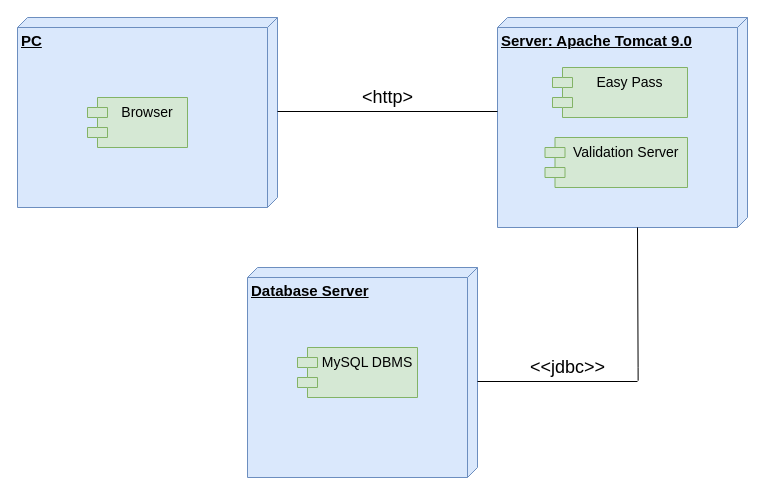
Alberto-00/EasyPass keeps this draw.io diagram as Documentazione/Resources/Deployment Diagram/Deployment Diagram.drawio. Above is the earlier version. Source tidied: cells renumbered, new cells numbered last; positions are measured from the earlier drawing's top-left corner, leaving out a move shared by most shapes. Both pictures are drawn from the tidied source at 100%, with x=0, y=0 at pixel (17, 17).
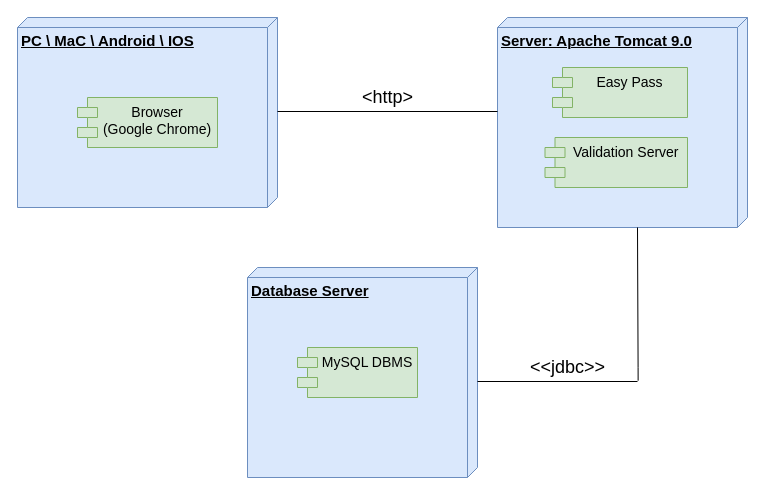
The same page after the edit.

Diff of the diagram source:
```diff
@@
 <mxGraphModel>
   <root>
     <mxCell id="0" />
     <mxCell id="1" parent="0" />
     <mxCell id="2" value="&lt;font style=&quot;font-size: 15px&quot;&gt;&lt;b&gt;Database Server&lt;/b&gt;&lt;/font&gt;" style="verticalAlign=top;align=left;spacingTop=8;spacingLeft=2;spacingRight=12;shape=cube;size=10;direction=south;fontStyle=4;html=1;fillColor=#dae8fc;strokeColor=#6c8ebf;" parent="1" vertex="1">
       <mxGeometry x="230" y="250" width="230" height="210" as="geometry" />
     </mxCell>
     <mxCell id="3" value="&lt;font style=&quot;font-size: 15px&quot;&gt;&lt;b&gt;Server: Apache Tomcat 9.0&lt;/b&gt;&lt;/font&gt;" style="verticalAlign=top;align=left;spacingTop=8;spacingLeft=2;spacingRight=12;shape=cube;size=10;direction=south;fontStyle=4;html=1;fillColor=#dae8fc;strokeColor=#6c8ebf;" parent="1" vertex="1">
       <mxGeometry x="480" width="250" height="210" as="geometry" />
     </mxCell>
-    <mxCell id="4" value="&lt;b&gt;&lt;font style=&quot;font-size: 15px&quot;&gt;PC&lt;/font&gt;&lt;/b&gt;" style="verticalAlign=top;align=left;spacingTop=8;spacingLeft=2;spacingRight=12;shape=cube;size=10;direction=south;fontStyle=4;html=1;fillColor=#dae8fc;strokeColor=#6c8ebf;" parent="1" vertex="1">
+    <mxCell id="4" value="&lt;b&gt;&lt;font style=&quot;font-size: 15px&quot;&gt;PC \ MaC \ Android \ IOS&lt;/font&gt;&lt;/b&gt;" style="verticalAlign=top;align=left;spacingTop=8;spacingLeft=2;spacingRight=12;shape=cube;size=10;direction=south;fontStyle=4;html=1;fillColor=#dae8fc;strokeColor=#6c8ebf;" parent="1" vertex="1">
       <mxGeometry width="260" height="190" as="geometry" />
     </mxCell>
     <mxCell id="5" value="Easy Pass" style="shape=module;align=left;spacingLeft=20;align=center;verticalAlign=top;fontSize=14;fillColor=#d5e8d4;strokeColor=#82b366;" parent="1" vertex="1">
       <mxGeometry x="535" y="50" width="135" height="50" as="geometry" />
     </mxCell>
-    <mxCell id="6" value="Browser" style="shape=module;align=left;spacingLeft=20;align=center;verticalAlign=top;fillColor=#d5e8d4;strokeColor=#82b366;fontSize=14;" parent="1" vertex="1">
-      <mxGeometry x="70" y="80" width="100" height="50" as="geometry" />
+    <mxCell id="6" value="Browser&#10;(Google Chrome)" style="shape=module;align=left;spacingLeft=20;align=center;verticalAlign=top;fillColor=#d5e8d4;strokeColor=#82b366;fontSize=14;" parent="1" vertex="1">
+      <mxGeometry x="60" y="80" width="140" height="50" as="geometry" />
     </mxCell>
     <mxCell id="7" value="MySQL DBMS" style="shape=module;align=left;spacingLeft=20;align=center;verticalAlign=top;fontSize=14;fillColor=#d5e8d4;strokeColor=#82b366;" parent="1" vertex="1">
       <mxGeometry x="280" y="330" width="120" height="50" as="geometry" />
     </mxCell>
     <mxCell id="8" value="Validation Server" style="shape=module;align=left;spacingLeft=20;align=center;verticalAlign=top;fontSize=14;fillColor=#d5e8d4;strokeColor=#82b366;" parent="1" vertex="1">
       <mxGeometry x="527.5" y="120" width="142.5" height="50" as="geometry" />
     </mxCell>
     <mxCell id="9" style="line;strokeWidth=1;fillColor=none;align=left;verticalAlign=middle;spacingTop=-1;spacingLeft=3;spacingRight=3;labelPosition=right;" parent="1" vertex="1">
       <mxGeometry x="260" y="90" width="220" height="8" as="geometry" />
     </mxCell>
     <mxCell id="10" style="line;strokeWidth=1;fillColor=none;align=left;verticalAlign=middle;spacingTop=-1;spacingLeft=3;spacingRight=3;labelPosition=right;points=[];portConstraint=eastwest;" parent="1" vertex="1">
       <mxGeometry x="460" y="360" width="160" height="8" as="geometry" />
     </mxCell>
     <mxCell id="11" style="endArrow=none;html=1;rounded=0;edgeStyle=orthogonalEdgeStyle;exitX=1.004;exitY=0.4;exitDx=0;exitDy=0;exitPerimeter=0;" parent="1" edge="1" source="10">
       <mxGeometry relative="1" as="geometry">
         <mxPoint x="620" y="210" as="targetPoint" />
         <Array as="points">
           <mxPoint x="621" y="350" />
           <mxPoint x="620" y="350" />
         </Array>
       </mxGeometry>
     </mxCell>
     <mxCell id="12" value="&lt;font style=&quot;font-size: 18px&quot;&gt;&amp;lt;&amp;lt;jdbc&amp;gt;&amp;gt;&lt;/font&gt;" style="text;html=1;align=center;verticalAlign=middle;strokeColor=none;fillColor=none;" parent="1" vertex="1">
       <mxGeometry x="505" y="340" width="90" height="20" as="geometry" />
     </mxCell>
     <mxCell id="13" value="&lt;font style=&quot;font-size: 18px&quot;&gt;&amp;lt;http&amp;gt;&lt;/font&gt;" style="text;html=1;align=center;verticalAlign=middle;strokeColor=none;fillColor=none;" parent="1" vertex="1">
       <mxGeometry x="335" y="70" width="70" height="20" as="geometry" />
     </mxCell>
   </root>
 </mxGraphModel>
```
